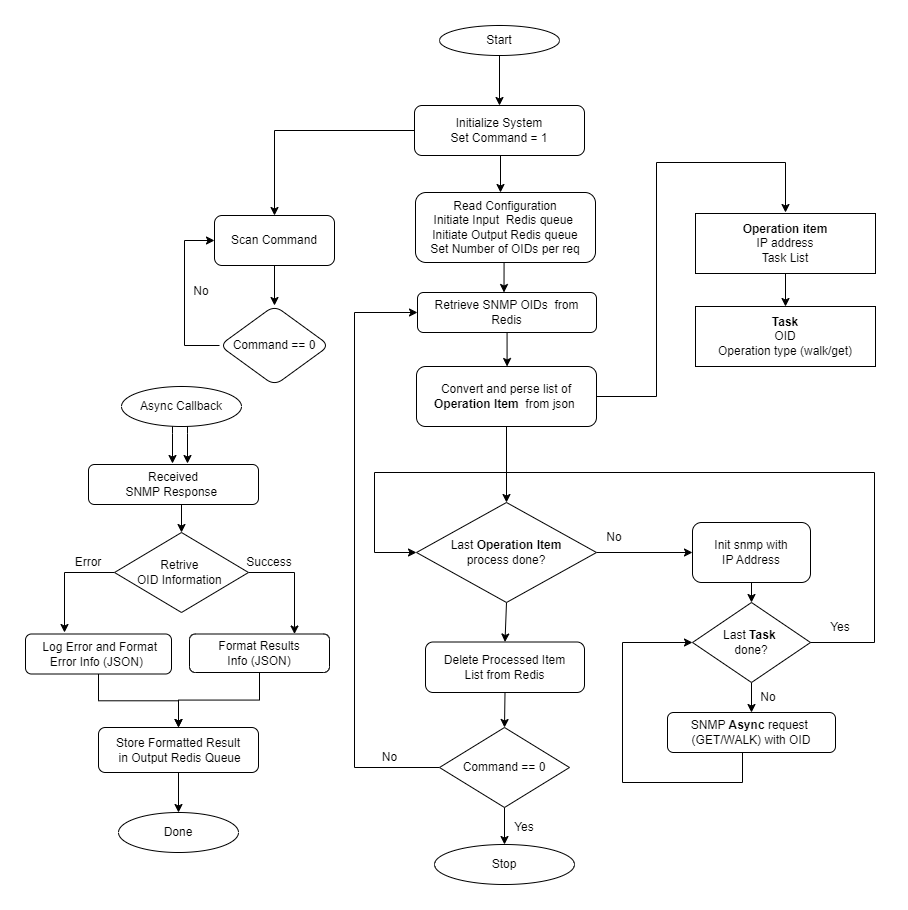
This is Device_Monitor_Details.png from shamimiqram/SnmpWithRedis, a draw.io export, as it was before one commit. Source tidied: cells renumbered, new cells last; positions are measured from the earlier drawing's top-left corner, leaving out a move shared by most shapes.
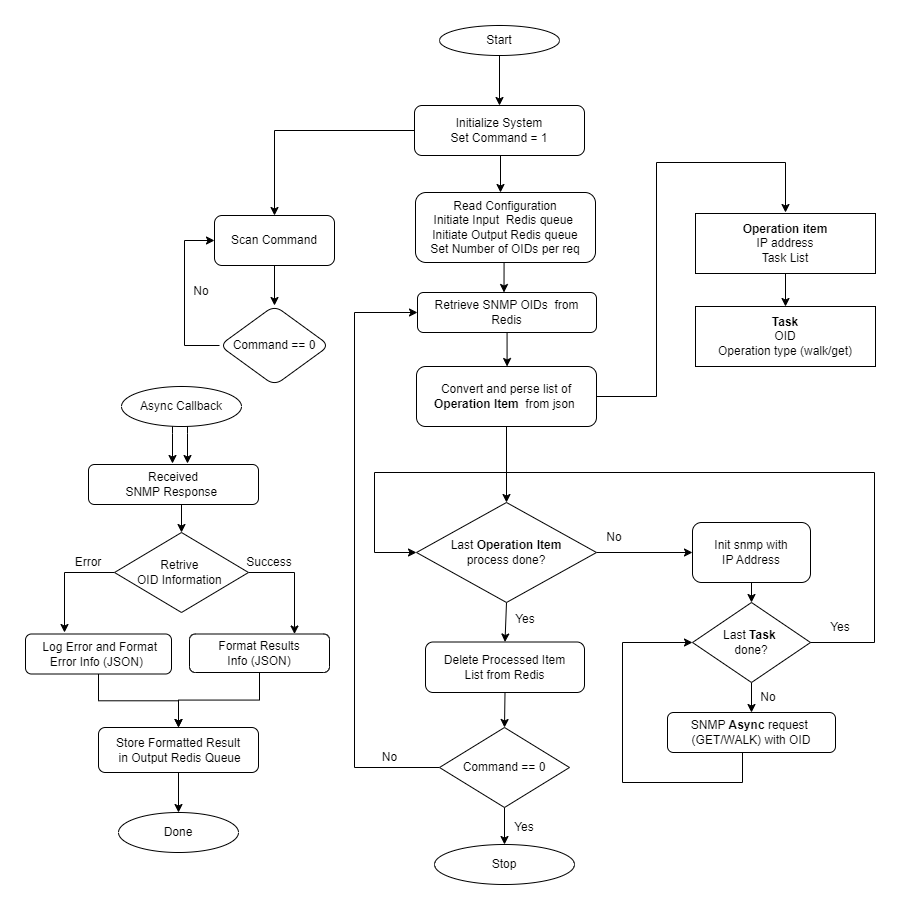
After the change.

What changed in the source:
```diff
@@ -237,5 +237,8 @@
     <mxCell id="59" value="No" style="text;html=1;align=center;verticalAlign=middle;whiteSpace=wrap;rounded=0;" parent="1" vertex="1">
       <mxGeometry x="146" y="251" width="60" height="30" as="geometry" />
     </mxCell>
+    <mxCell id="60" value="Yes" style="text;html=1;align=center;verticalAlign=middle;whiteSpace=wrap;rounded=0;" parent="1" vertex="1">
+      <mxGeometry x="470" y="579" width="60" height="30" as="geometry" />
+    </mxCell>
   </root>
 </mxGraphModel>
```
